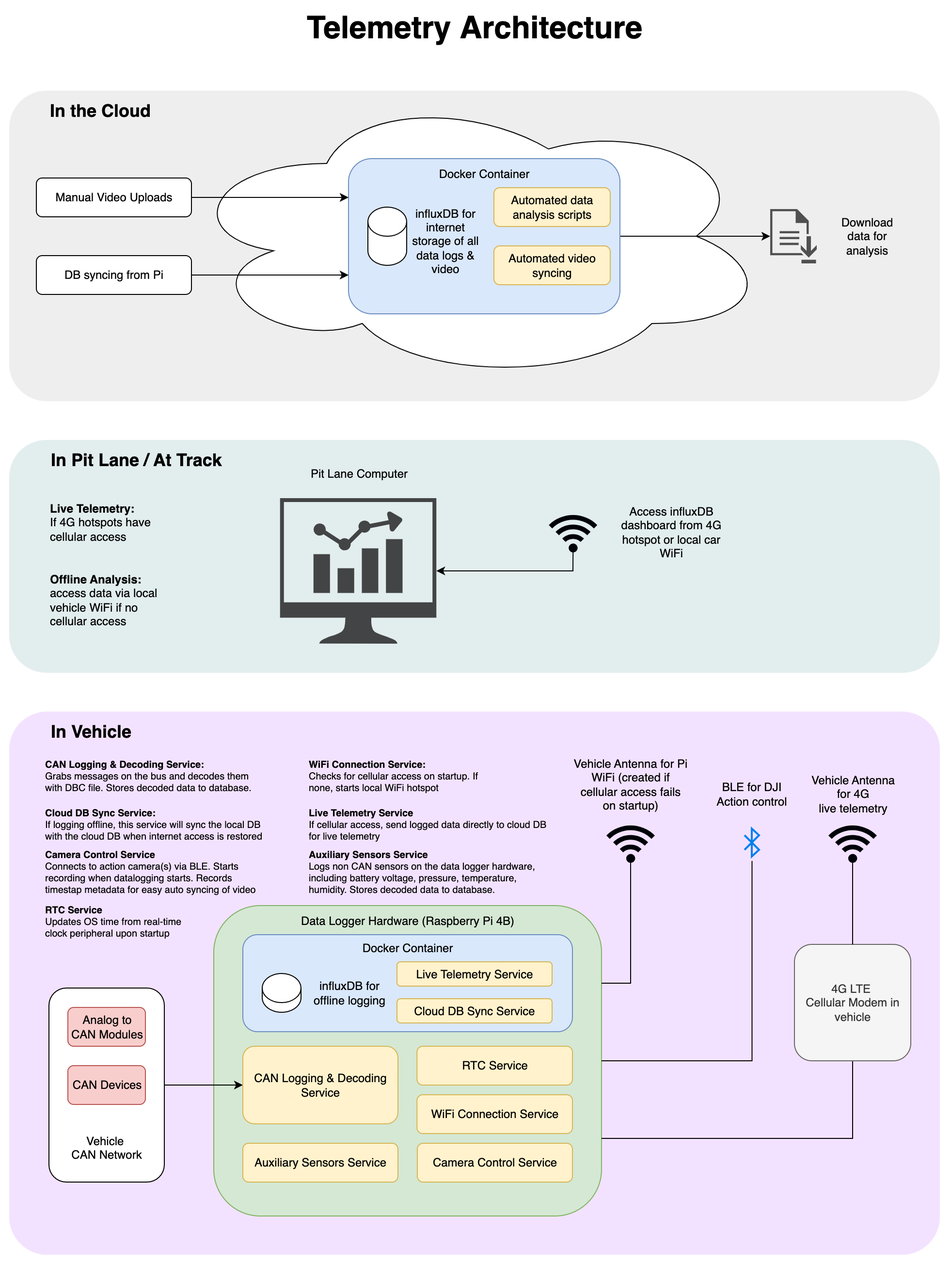
The draw.io diagram docs/Telemetry Architecture Diagram/Telemetry Architecture.png in bglen/vehicle_telemetry, before a commit. Source tidied: cells renumbered, new cells last; positions are measured from the earlier drawing's top-left corner, leaving out a move shared by most shapes.
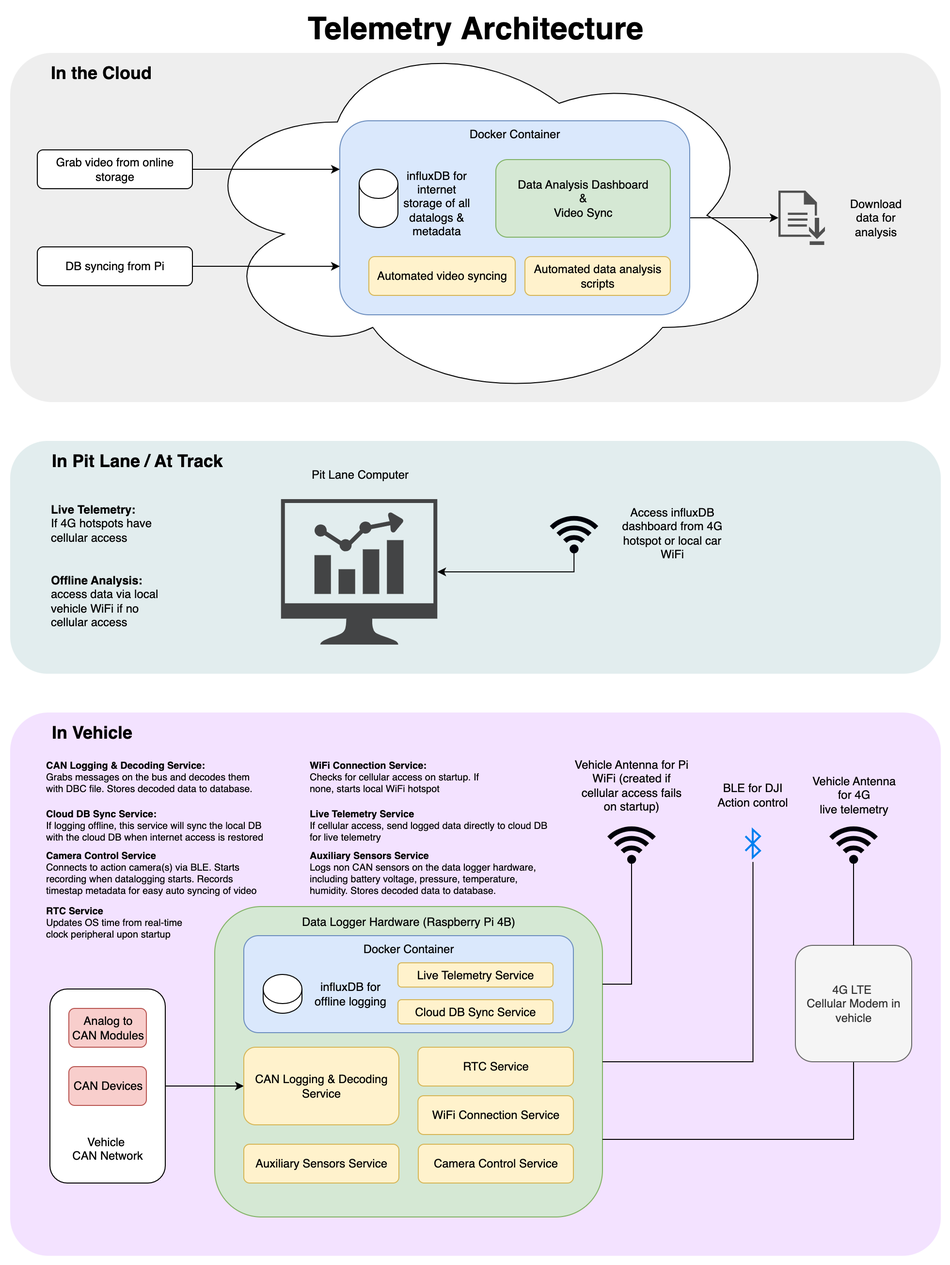
After the change.

Commit message:
Updated video architecture

Change to the diagram source:
```diff
@@ -9,7 +9,7 @@
       <mxGeometry y="440" width="960" height="240" as="geometry" />
     </mxCell>
     <mxCell id="4" style="rounded=1;whiteSpace=wrap;html=1;fillColor=#eeeeee;strokeColor=none;arcSize=12;" parent="1" vertex="1">
-      <mxGeometry y="80" width="960" height="320" as="geometry" />
+      <mxGeometry y="40" width="960" height="360" as="geometry" />
     </mxCell>
     <mxCell id="5" value="&lt;div&gt;Data Logger Hardware (Raspberry Pi 4B)&lt;/div&gt;&lt;div&gt;&lt;br&gt;&lt;/div&gt;&lt;div&gt;&lt;br&gt;&lt;/div&gt;&lt;div&gt;&lt;br&gt;&lt;/div&gt;&lt;div&gt;&lt;br&gt;&lt;/div&gt;&lt;div&gt;&lt;br&gt;&lt;/div&gt;&lt;div&gt;&lt;br&gt;&lt;/div&gt;&lt;div&gt;&lt;br&gt;&lt;/div&gt;&lt;div&gt;&lt;br&gt;&lt;/div&gt;&lt;div&gt;&lt;br&gt;&lt;/div&gt;&lt;div&gt;&lt;br&gt;&lt;/div&gt;&lt;div&gt;&lt;br&gt;&lt;/div&gt;&lt;div&gt;&lt;br&gt;&lt;/div&gt;&lt;div&gt;&lt;br&gt;&lt;/div&gt;&lt;div&gt;&lt;br&gt;&lt;/div&gt;&lt;div&gt;&lt;br&gt;&lt;/div&gt;&lt;div&gt;&lt;br&gt;&lt;/div&gt;&lt;div&gt;&lt;br&gt;&lt;/div&gt;&lt;div&gt;&lt;br&gt;&lt;/div&gt;&lt;div&gt;&lt;br&gt;&lt;/div&gt;&lt;div&gt;&lt;br&gt;&lt;/div&gt;" style="rounded=1;whiteSpace=wrap;html=1;fillColor=#d5e8d4;strokeColor=#82b366;" parent="1" vertex="1">
       <mxGeometry x="211" y="920" width="400" height="320" as="geometry" />
@@ -67,37 +67,37 @@
       <mxGeometry x="400" y="1016" width="160" height="25" as="geometry" />
     </mxCell>
     <mxCell id="22" style="ellipse;shape=cloud;whiteSpace=wrap;html=1;" parent="1" vertex="1">
-      <mxGeometry x="175" y="80" width="610" height="300" as="geometry" />
+      <mxGeometry x="185" y="15" width="610" height="385" as="geometry" />
     </mxCell>
     <mxCell id="23" style="edgeStyle=orthogonalEdgeStyle;rounded=0;jettySize=auto;html=1;exitX=1;exitY=0.5;exitDx=0;exitDy=0;" parent="1" edge="1" source="24" target="37">
       <mxGeometry relative="1" as="geometry" />
     </mxCell>
-    <mxCell id="24" value="Docker Container&lt;div&gt;&lt;br&gt;&lt;/div&gt;&lt;div&gt;&lt;br&gt;&lt;/div&gt;&lt;div&gt;&lt;br&gt;&lt;/div&gt;&lt;div&gt;&lt;br&gt;&lt;/div&gt;&lt;div&gt;&lt;br&gt;&lt;/div&gt;&lt;div&gt;&lt;br&gt;&lt;/div&gt;&lt;div&gt;&lt;br&gt;&lt;/div&gt;&lt;div&gt;&lt;br&gt;&lt;/div&gt;&lt;div&gt;&lt;br&gt;&lt;/div&gt;" style="rounded=1;whiteSpace=wrap;html=1;fillColor=#dae8fc;strokeColor=#6c8ebf;" parent="1" vertex="1">
-      <mxGeometry x="350" y="150" width="280" height="160" as="geometry" />
+    <mxCell id="24" value="Docker Container&lt;div&gt;&lt;br&gt;&lt;/div&gt;&lt;div&gt;&lt;br&gt;&lt;/div&gt;&lt;div&gt;&lt;br&gt;&lt;/div&gt;&lt;div&gt;&lt;br&gt;&lt;/div&gt;&lt;div&gt;&lt;br&gt;&lt;/div&gt;&lt;div&gt;&lt;br&gt;&lt;/div&gt;&lt;div&gt;&lt;br&gt;&lt;/div&gt;&lt;div&gt;&lt;br&gt;&lt;/div&gt;&lt;div&gt;&lt;br&gt;&lt;/div&gt;&lt;div&gt;&lt;br&gt;&lt;/div&gt;&lt;div&gt;&lt;br&gt;&lt;/div&gt;&lt;div&gt;&lt;br&gt;&lt;/div&gt;" style="rounded=1;whiteSpace=wrap;html=1;fillColor=#dae8fc;strokeColor=#6c8ebf;" parent="1" vertex="1">
+      <mxGeometry x="340" y="110" width="361" height="200" as="geometry" />
     </mxCell>
     <mxCell id="25" style="shape=cylinder3;whiteSpace=wrap;html=1;boundedLbl=1;backgroundOutline=1;size=15;" parent="1" vertex="1">
-      <mxGeometry x="370" y="200" width="40" height="60" as="geometry" />
+      <mxGeometry x="360" y="160" width="40" height="60" as="geometry" />
     </mxCell>
-    <mxCell id="26" value="influxDB for&lt;div&gt;internet storage of all data logs &amp;amp; video&lt;/div&gt;" style="text;html=1;align=center;verticalAlign=middle;whiteSpace=wrap;rounded=0;" parent="1" vertex="1">
-      <mxGeometry x="410" y="220" width="80" height="30" as="geometry" />
+    <mxCell id="26" value="influxDB for&lt;div&gt;internet storage of all datalogs &amp;amp; metadata&lt;/div&gt;" style="text;html=1;align=center;verticalAlign=middle;whiteSpace=wrap;rounded=0;" parent="1" vertex="1">
+      <mxGeometry x="400" y="180" width="80" height="30" as="geometry" />
     </mxCell>
     <mxCell id="27" value="Automated data analysis scripts" style="rounded=1;whiteSpace=wrap;html=1;fillColor=#fff2cc;strokeColor=#d6b656;" parent="1" vertex="1">
-      <mxGeometry x="500" y="180" width="120" height="40" as="geometry" />
+      <mxGeometry x="531" y="250" width="150" height="40" as="geometry" />
     </mxCell>
     <mxCell id="28" value="Automated video syncing" style="rounded=1;whiteSpace=wrap;html=1;fillColor=#fff2cc;strokeColor=#d6b656;" parent="1" vertex="1">
-      <mxGeometry x="500" y="240" width="120" height="40" as="geometry" />
+      <mxGeometry x="370" y="250" width="151" height="40" as="geometry" />
     </mxCell>
     <mxCell id="29" style="edgeStyle=orthogonalEdgeStyle;rounded=0;jettySize=auto;html=1;exitX=1;exitY=0.5;exitDx=0;exitDy=0;entryX=0;entryY=0.25;entryDx=0;entryDy=0;" parent="1" edge="1" source="30" target="24">
       <mxGeometry relative="1" as="geometry" />
     </mxCell>
-    <mxCell id="30" value="Manual Video Uploads" style="rounded=1;whiteSpace=wrap;html=1;" parent="1" vertex="1">
-      <mxGeometry x="28" y="170" width="160" height="40" as="geometry" />
+    <mxCell id="30" value="Grab video from online storage" style="rounded=1;whiteSpace=wrap;html=1;" parent="1" vertex="1">
+      <mxGeometry x="28" y="140" width="160" height="40" as="geometry" />
     </mxCell>
     <mxCell id="31" style="edgeStyle=orthogonalEdgeStyle;rounded=0;jettySize=auto;html=1;exitX=1;exitY=0.5;exitDx=0;exitDy=0;entryX=0;entryY=0.75;entryDx=0;entryDy=0;" parent="1" edge="1" source="32" target="24">
       <mxGeometry relative="1" as="geometry" />
     </mxCell>
     <mxCell id="32" value="DB syncing from Pi" style="rounded=1;whiteSpace=wrap;html=1;" parent="1" vertex="1">
-      <mxGeometry x="28" y="250" width="160" height="40" as="geometry" />
+      <mxGeometry x="28" y="240" width="160" height="40" as="geometry" />
     </mxCell>
     <mxCell id="33" style="html=1;verticalLabelPosition=bottom;align=center;labelBackgroundColor=#ffffff;verticalAlign=top;strokeWidth=2;strokeColor=#0080F0;shadow=0;dashed=0;shape=mxgraph.ios7.icons.bluetooth;" parent="1" vertex="1">
       <mxGeometry x="758.5" y="840.6" width="15" height="28.8" as="geometry" />
@@ -112,10 +112,10 @@
       <mxGeometry x="421" y="1165" width="160" height="40" as="geometry" />
     </mxCell>
     <mxCell id="37" style="sketch=0;shadow=0;dashed=0;html=1;strokeColor=none;fillColor=#505050;labelPosition=center;verticalLabelPosition=bottom;verticalAlign=top;outlineConnect=0;align=center;shape=mxgraph.office.concepts.download;" parent="1" vertex="1">
-      <mxGeometry x="785" y="202" width="48" height="56" as="geometry" />
+      <mxGeometry x="792.5" y="182" width="48" height="56" as="geometry" />
     </mxCell>
     <mxCell id="38" value="Download&lt;div&gt;data for analysis&lt;/div&gt;" style="text;html=1;align=center;verticalAlign=middle;whiteSpace=wrap;rounded=0;" parent="1" vertex="1">
-      <mxGeometry x="855" y="215" width="60" height="30" as="geometry" />
+      <mxGeometry x="862.5" y="195" width="60" height="30" as="geometry" />
     </mxCell>
     <mxCell id="39" style="edgeStyle=orthogonalEdgeStyle;rounded=0;jettySize=auto;html=1;exitX=0;exitY=0.5;exitDx=0;exitDy=0;exitPerimeter=0;" parent="1" edge="1" source="40" target="43">
       <mxGeometry relative="1" as="geometry">
@@ -143,7 +143,7 @@
       <mxGeometry x="279" width="402" height="30" as="geometry" />
     </mxCell>
     <mxCell id="46" value="In the Cloud" style="text;html=1;align=left;verticalAlign=middle;whiteSpace=wrap;rounded=0;fontStyle=1;fontSize=18;" parent="1" vertex="1">
-      <mxGeometry x="40" y="80" width="120" height="40" as="geometry" />
+      <mxGeometry x="40" y="40" width="120" height="40" as="geometry" />
     </mxCell>
     <mxCell id="47" value="In Pit Lane / At Track" style="text;html=1;align=left;verticalAlign=middle;whiteSpace=wrap;rounded=0;fontStyle=1;fontSize=18;" parent="1" vertex="1">
       <mxGeometry x="41" y="440" width="200" height="40" as="geometry" />
@@ -190,5 +190,8 @@
     <mxCell id="61" value="&lt;b&gt;RTC Service&lt;/b&gt;&lt;br&gt;Updates OS time from real-time clock peripheral upon startup" style="text;html=1;align=left;verticalAlign=middle;whiteSpace=wrap;rounded=0;fontSize=10;" parent="1" vertex="1">
       <mxGeometry x="35" y="920" width="146" height="30" as="geometry" />
     </mxCell>
+    <mxCell id="62" value="Data Analysis Dashboard&lt;br&gt;&amp;amp;&lt;br&gt;Video Sync" style="rounded=1;whiteSpace=wrap;html=1;fillColor=#d5e8d4;strokeColor=#82b366;" parent="1" vertex="1">
+      <mxGeometry x="501" y="150" width="180" height="80" as="geometry" />
+    </mxCell>
   </root>
 </mxGraphModel>
```
